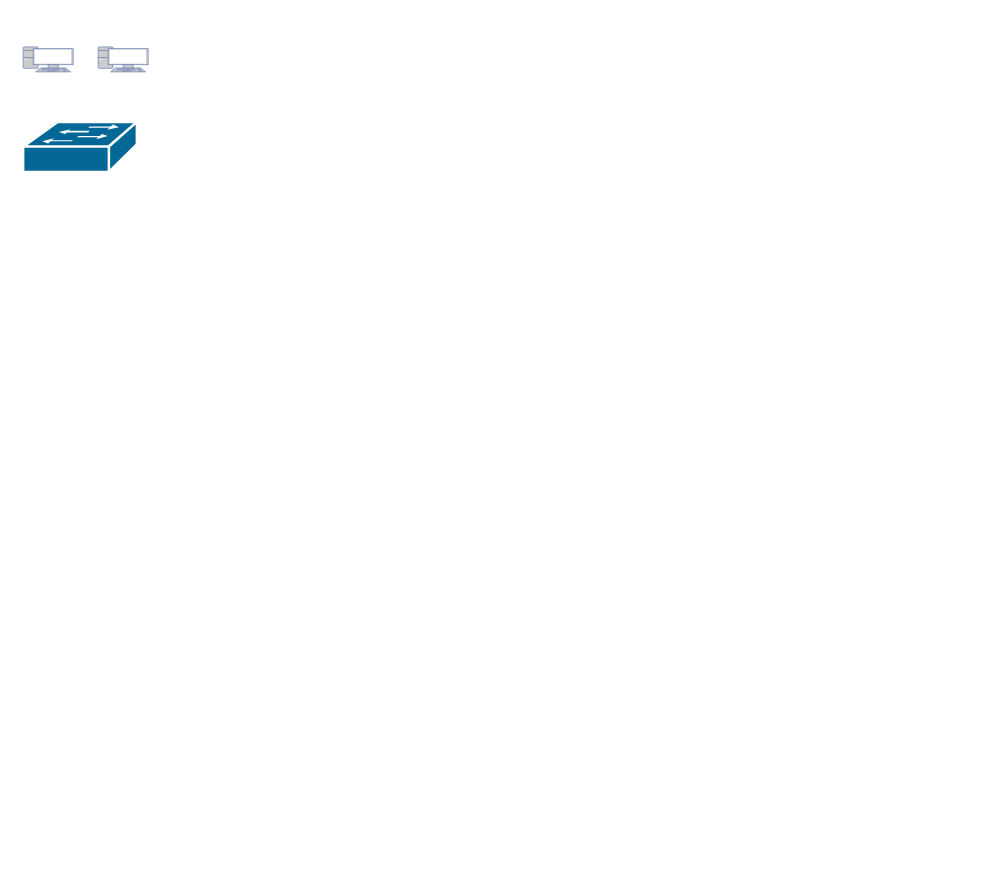
Earlier version of the draw.io diagram Images/VLANS.drawio (azul-007/Networking-Concepts). Source tidied: cells renumbered, new cells numbered last; positions are measured from the earlier drawing's top-left corner, leaving out a move shared by most shapes. Both pictures are drawn from the tidied source at 125%, with x=0, y=0 at pixel (22, 46).
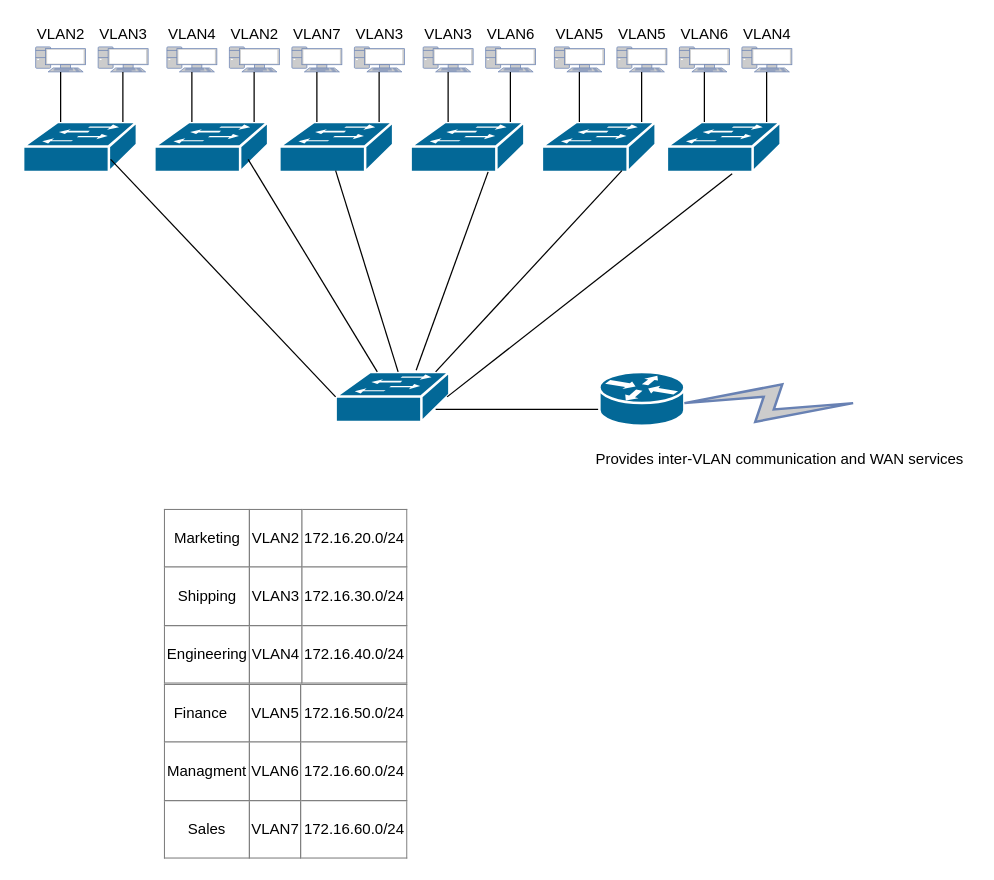
The same diagram, later.

The edit, as a diff of the source:
```diff
@@
     <mxCell id="3" style="fontColor=#0066CC;verticalAlign=top;verticalLabelPosition=bottom;labelPosition=center;align=center;html=1;fillColor=#CCCCCC;strokeColor=#6881B3;gradientColor=none;gradientDirection=north;strokeWidth=2;shape=mxgraph.networks.pc;" parent="1" vertex="1">
-      <mxGeometry width="40" height="20" as="geometry" />
+      <mxGeometry x="10" width="40" height="20" as="geometry" />
     </mxCell>
@@
+    <mxCell id="5" style="endArrow=none;html=1;" parent="1" edge="1">
+      <mxGeometry relative="1" as="geometry">
+        <mxPoint x="79.8" y="60" as="sourcePoint" />
+        <mxPoint x="79.8" y="20" as="targetPoint" />
+      </mxGeometry>
+    </mxCell>
+    <mxCell id="6" style="endArrow=none;html=1;" parent="1" edge="1">
+      <mxGeometry relative="1" as="geometry">
+        <mxPoint x="30" y="60" as="sourcePoint" />
+        <mxPoint x="30" y="20" as="targetPoint" />
+      </mxGeometry>
+    </mxCell>
+    <mxCell id="7" value="VLAN2" style="text;html=1;align=center;verticalAlign=middle;fillColor=none;strokeColor=none;rounded=0;" parent="1" vertex="1">
+      <mxGeometry x="5" y="-20" width="50" height="20" as="geometry" />
+    </mxCell>
+    <mxCell id="8" value="VLAN3" style="text;html=1;align=center;verticalAlign=middle;fillColor=none;strokeColor=none;rounded=0;" parent="1" vertex="1">
+      <mxGeometry x="55" y="-20" width="50" height="20" as="geometry" />
+    </mxCell>
+    <mxCell id="9" style="shape=mxgraph.cisco.switches.workgroup_switch;html=1;dashed=0;fillColor=#036897;strokeColor=#ffffff;strokeWidth=2;verticalLabelPosition=bottom;verticalAlign=top;align=center;" parent="1" vertex="1">
+      <mxGeometry x="105" y="60" width="91" height="40" as="geometry" />
+    </mxCell>
+    <mxCell id="10" style="fontColor=#0066CC;verticalAlign=top;verticalLabelPosition=bottom;labelPosition=center;align=center;html=1;fillColor=#CCCCCC;strokeColor=#6881B3;gradientColor=none;gradientDirection=north;strokeWidth=2;shape=mxgraph.networks.pc;" parent="1" vertex="1">
+      <mxGeometry x="115" width="40" height="20" as="geometry" />
+    </mxCell>
+    <mxCell id="11" style="fontColor=#0066CC;verticalAlign=top;verticalLabelPosition=bottom;labelPosition=center;align=center;html=1;fillColor=#CCCCCC;strokeColor=#6881B3;gradientColor=none;gradientDirection=north;strokeWidth=2;shape=mxgraph.networks.pc;" parent="1" vertex="1">
+      <mxGeometry x="165" width="40" height="20" as="geometry" />
+    </mxCell>
+    <mxCell id="12" style="endArrow=none;html=1;" parent="1" edge="1">
+      <mxGeometry relative="1" as="geometry">
+        <mxPoint x="184.8" y="60" as="sourcePoint" />
+        <mxPoint x="184.8" y="20" as="targetPoint" />
+      </mxGeometry>
+    </mxCell>
+    <mxCell id="13" style="endArrow=none;html=1;" parent="1" edge="1">
+      <mxGeometry relative="1" as="geometry">
+        <mxPoint x="135" y="60" as="sourcePoint" />
+        <mxPoint x="135" y="20" as="targetPoint" />
+      </mxGeometry>
+    </mxCell>
+    <mxCell id="14" value="VLAN4" style="text;html=1;align=center;verticalAlign=middle;fillColor=none;strokeColor=none;rounded=0;" parent="1" vertex="1">
+      <mxGeometry x="110" y="-20" width="50" height="20" as="geometry" />
+    </mxCell>
+    <mxCell id="15" value="VLAN2" style="text;html=1;align=center;verticalAlign=middle;fillColor=none;strokeColor=none;rounded=0;" parent="1" vertex="1">
+      <mxGeometry x="160" y="-20" width="50" height="20" as="geometry" />
+    </mxCell>
+    <mxCell id="16" style="shape=mxgraph.cisco.switches.workgroup_switch;html=1;dashed=0;fillColor=#036897;strokeColor=#ffffff;strokeWidth=2;verticalLabelPosition=bottom;verticalAlign=top;align=center;" parent="1" vertex="1">
+      <mxGeometry x="205" y="60" width="91" height="40" as="geometry" />
+    </mxCell>
+    <mxCell id="17" style="fontColor=#0066CC;verticalAlign=top;verticalLabelPosition=bottom;labelPosition=center;align=center;html=1;fillColor=#CCCCCC;strokeColor=#6881B3;gradientColor=none;gradientDirection=north;strokeWidth=2;shape=mxgraph.networks.pc;" parent="1" vertex="1">
+      <mxGeometry x="215" width="40" height="20" as="geometry" />
+    </mxCell>
+    <mxCell id="18" style="fontColor=#0066CC;verticalAlign=top;verticalLabelPosition=bottom;labelPosition=center;align=center;html=1;fillColor=#CCCCCC;strokeColor=#6881B3;gradientColor=none;gradientDirection=north;strokeWidth=2;shape=mxgraph.networks.pc;" parent="1" vertex="1">
+      <mxGeometry x="265" width="40" height="20" as="geometry" />
+    </mxCell>
+    <mxCell id="19" style="endArrow=none;html=1;" parent="1" edge="1">
+      <mxGeometry relative="1" as="geometry">
+        <mxPoint x="284.8" y="60" as="sourcePoint" />
+        <mxPoint x="284.8" y="20" as="targetPoint" />
+      </mxGeometry>
+    </mxCell>
+    <mxCell id="20" style="endArrow=none;html=1;" parent="1" edge="1">
+      <mxGeometry relative="1" as="geometry">
+        <mxPoint x="235" y="60" as="sourcePoint" />
+        <mxPoint x="235" y="20" as="targetPoint" />
+      </mxGeometry>
+    </mxCell>
+    <mxCell id="21" value="VLAN7" style="text;html=1;align=center;verticalAlign=middle;fillColor=none;strokeColor=none;rounded=0;" parent="1" vertex="1">
+      <mxGeometry x="210" y="-20" width="50" height="20" as="geometry" />
+    </mxCell>
+    <mxCell id="22" value="VLAN3" style="text;html=1;align=center;verticalAlign=middle;fillColor=none;strokeColor=none;rounded=0;" parent="1" vertex="1">
+      <mxGeometry x="260" y="-20" width="50" height="20" as="geometry" />
+    </mxCell>
+    <mxCell id="23" style="shape=mxgraph.cisco.switches.workgroup_switch;html=1;dashed=0;fillColor=#036897;strokeColor=#ffffff;strokeWidth=2;verticalLabelPosition=bottom;verticalAlign=top;align=center;" parent="1" vertex="1">
+      <mxGeometry x="310" y="60" width="91" height="40" as="geometry" />
+    </mxCell>
+    <mxCell id="24" style="fontColor=#0066CC;verticalAlign=top;verticalLabelPosition=bottom;labelPosition=center;align=center;html=1;fillColor=#CCCCCC;strokeColor=#6881B3;gradientColor=none;gradientDirection=north;strokeWidth=2;shape=mxgraph.networks.pc;" parent="1" vertex="1">
+      <mxGeometry x="320" width="40" height="20" as="geometry" />
+    </mxCell>
+    <mxCell id="25" style="fontColor=#0066CC;verticalAlign=top;verticalLabelPosition=bottom;labelPosition=center;align=center;html=1;fillColor=#CCCCCC;strokeColor=#6881B3;gradientColor=none;gradientDirection=north;strokeWidth=2;shape=mxgraph.networks.pc;" parent="1" vertex="1">
+      <mxGeometry x="370" width="40" height="20" as="geometry" />
+    </mxCell>
+    <mxCell id="26" style="endArrow=none;html=1;" parent="1" edge="1">
+      <mxGeometry relative="1" as="geometry">
+        <mxPoint x="389.8" y="60" as="sourcePoint" />
+        <mxPoint x="389.8" y="20" as="targetPoint" />
+      </mxGeometry>
+    </mxCell>
+    <mxCell id="27" style="endArrow=none;html=1;" parent="1" edge="1">
+      <mxGeometry relative="1" as="geometry">
+        <mxPoint x="340" y="60" as="sourcePoint" />
+        <mxPoint x="340" y="20" as="targetPoint" />
+      </mxGeometry>
+    </mxCell>
+    <mxCell id="28" value="VLAN3" style="text;html=1;align=center;verticalAlign=middle;fillColor=none;strokeColor=none;rounded=0;" parent="1" vertex="1">
+      <mxGeometry x="315" y="-20" width="50" height="20" as="geometry" />
+    </mxCell>
+    <mxCell id="29" value="VLAN6" style="text;html=1;align=center;verticalAlign=middle;fillColor=none;strokeColor=none;rounded=0;" parent="1" vertex="1">
+      <mxGeometry x="365" y="-20" width="50" height="20" as="geometry" />
+    </mxCell>
+    <mxCell id="30" style="shape=mxgraph.cisco.switches.workgroup_switch;html=1;dashed=0;fillColor=#036897;strokeColor=#ffffff;strokeWidth=2;verticalLabelPosition=bottom;verticalAlign=top;align=center;" parent="1" vertex="1">
+      <mxGeometry x="415" y="60" width="91" height="40" as="geometry" />
+    </mxCell>
+    <mxCell id="31" style="fontColor=#0066CC;verticalAlign=top;verticalLabelPosition=bottom;labelPosition=center;align=center;html=1;fillColor=#CCCCCC;strokeColor=#6881B3;gradientColor=none;gradientDirection=north;strokeWidth=2;shape=mxgraph.networks.pc;" parent="1" vertex="1">
+      <mxGeometry x="425" width="40" height="20" as="geometry" />
+    </mxCell>
+    <mxCell id="32" style="fontColor=#0066CC;verticalAlign=top;verticalLabelPosition=bottom;labelPosition=center;align=center;html=1;fillColor=#CCCCCC;strokeColor=#6881B3;gradientColor=none;gradientDirection=north;strokeWidth=2;shape=mxgraph.networks.pc;" parent="1" vertex="1">
+      <mxGeometry x="475" width="40" height="20" as="geometry" />
+    </mxCell>
+    <mxCell id="33" style="endArrow=none;html=1;" parent="1" edge="1">
+      <mxGeometry relative="1" as="geometry">
+        <mxPoint x="494.8" y="60" as="sourcePoint" />
+        <mxPoint x="494.8" y="20" as="targetPoint" />
+      </mxGeometry>
+    </mxCell>
+    <mxCell id="34" style="endArrow=none;html=1;" parent="1" edge="1">
+      <mxGeometry relative="1" as="geometry">
+        <mxPoint x="445" y="60" as="sourcePoint" />
+        <mxPoint x="445" y="20" as="targetPoint" />
+      </mxGeometry>
+    </mxCell>
+    <mxCell id="35" value="VLAN5" style="text;html=1;align=center;verticalAlign=middle;fillColor=none;strokeColor=none;rounded=0;" parent="1" vertex="1">
+      <mxGeometry x="420" y="-20" width="50" height="20" as="geometry" />
+    </mxCell>
+    <mxCell id="36" value="VLAN5" style="text;html=1;align=center;verticalAlign=middle;fillColor=none;strokeColor=none;rounded=0;" parent="1" vertex="1">
+      <mxGeometry x="470" y="-20" width="50" height="20" as="geometry" />
+    </mxCell>
+    <mxCell id="37" style="shape=mxgraph.cisco.switches.workgroup_switch;html=1;dashed=0;fillColor=#036897;strokeColor=#ffffff;strokeWidth=2;verticalLabelPosition=bottom;verticalAlign=top;align=center;outlineConnect=0;" parent="1" vertex="1">
+      <mxGeometry x="515" y="60" width="91" height="40" as="geometry" />
+    </mxCell>
+    <mxCell id="38" style="fontColor=#0066CC;verticalAlign=top;verticalLabelPosition=bottom;labelPosition=center;align=center;html=1;fillColor=#CCCCCC;strokeColor=#6881B3;gradientColor=none;gradientDirection=north;strokeWidth=2;shape=mxgraph.networks.pc;" parent="1" vertex="1">
+      <mxGeometry x="525" width="40" height="20" as="geometry" />
+    </mxCell>
+    <mxCell id="39" style="fontColor=#0066CC;verticalAlign=top;verticalLabelPosition=bottom;labelPosition=center;align=center;html=1;fillColor=#CCCCCC;strokeColor=#6881B3;gradientColor=none;gradientDirection=north;strokeWidth=2;shape=mxgraph.networks.pc;" parent="1" vertex="1">
+      <mxGeometry x="575" width="40" height="20" as="geometry" />
+    </mxCell>
+    <mxCell id="40" style="endArrow=none;html=1;" parent="1" edge="1">
+      <mxGeometry relative="1" as="geometry">
+        <mxPoint x="594.8" y="60" as="sourcePoint" />
+        <mxPoint x="594.8" y="20" as="targetPoint" />
+      </mxGeometry>
+    </mxCell>
+    <mxCell id="41" style="endArrow=none;html=1;" parent="1" edge="1">
+      <mxGeometry relative="1" as="geometry">
+        <mxPoint x="545" y="60" as="sourcePoint" />
+        <mxPoint x="545" y="20" as="targetPoint" />
+      </mxGeometry>
+    </mxCell>
+    <mxCell id="42" value="VLAN6" style="text;html=1;align=center;verticalAlign=middle;fillColor=none;strokeColor=none;rounded=0;" parent="1" vertex="1">
+      <mxGeometry x="520" y="-20" width="50" height="20" as="geometry" />
+    </mxCell>
+    <mxCell id="43" value="VLAN4" style="text;html=1;align=center;verticalAlign=middle;fillColor=none;strokeColor=none;rounded=0;" parent="1" vertex="1">
+      <mxGeometry x="570" y="-20" width="50" height="20" as="geometry" />
+    </mxCell>
+    <mxCell id="44" style="shape=mxgraph.cisco.switches.workgroup_switch;html=1;dashed=0;fillColor=#036897;strokeColor=#ffffff;strokeWidth=2;verticalLabelPosition=bottom;verticalAlign=top;align=center;outlineConnect=0;" parent="1" vertex="1">
+      <mxGeometry x="250" y="260" width="91" height="40" as="geometry" />
+    </mxCell>
+    <mxCell id="45" style="shape=mxgraph.cisco.routers.router;html=1;dashed=0;fillColor=#036897;strokeColor=#ffffff;strokeWidth=2;verticalLabelPosition=bottom;verticalAlign=top;align=center;" parent="1" vertex="1">
+      <mxGeometry x="461" y="260" width="68" height="43" as="geometry" />
+    </mxCell>
+    <mxCell id="46" style="endArrow=none;html=1;entryX=0.574;entryY=1.039;entryDx=0;entryDy=0;entryPerimeter=0;exitX=0.98;exitY=0.5;exitDx=0;exitDy=0;exitPerimeter=0;" parent="1" edge="1" source="44" target="37">
+      <mxGeometry relative="1" as="geometry" />
+    </mxCell>
+    <mxCell id="47" style="endArrow=none;html=1;entryX=0;entryY=0.98;entryDx=0;entryDy=0;entryPerimeter=0;" parent="1" edge="1">
+      <mxGeometry relative="1" as="geometry">
+        <mxPoint x="330" y="260" as="sourcePoint" />
+        <mxPoint x="479" y="99" as="targetPoint" />
+      </mxGeometry>
+    </mxCell>
+    <mxCell id="48" style="endArrow=none;html=1;entryX=0;entryY=0.98;entryDx=0;entryDy=0;entryPerimeter=0;exitX=0.708;exitY=-0.033;exitDx=0;exitDy=0;exitPerimeter=0;" parent="1" edge="1" source="44">
+      <mxGeometry relative="1" as="geometry">
+        <mxPoint x="372" y="100" as="targetPoint" />
+      </mxGeometry>
+    </mxCell>
+    <mxCell id="49" style="endArrow=none;html=1;entryX=0;entryY=0.98;entryDx=0;entryDy=0;entryPerimeter=0;" parent="1" edge="1">
+      <mxGeometry relative="1" as="geometry">
+        <mxPoint x="300" y="260" as="sourcePoint" />
+        <mxPoint x="250" y="99" as="targetPoint" />
+      </mxGeometry>
+    </mxCell>
+    <mxCell id="50" style="endArrow=none;html=1;entryX=0;entryY=0.98;entryDx=0;entryDy=0;entryPerimeter=0;" parent="1" edge="1" source="44">
+      <mxGeometry relative="1" as="geometry">
+        <mxPoint x="180" y="90" as="targetPoint" />
+      </mxGeometry>
+    </mxCell>
+    <mxCell id="51" style="endArrow=none;html=1;entryX=0;entryY=0.98;entryDx=0;entryDy=0;entryPerimeter=0;exitX=0;exitY=0.5;exitDx=0;exitDy=0;exitPerimeter=0;" parent="1" edge="1" source="44">
+      <mxGeometry relative="1" as="geometry">
+        <mxPoint x="70" y="90" as="targetPoint" />
+      </mxGeometry>
+    </mxCell>
+    <mxCell id="52" style="endArrow=none;html=1;" parent="1" edge="1">
+      <mxGeometry relative="1" as="geometry">
+        <mxPoint x="460" y="290" as="sourcePoint" />
+        <mxPoint x="330" y="290" as="targetPoint" />
+      </mxGeometry>
+    </mxCell>
+    <mxCell id="53" style="fontColor=#0066CC;verticalAlign=top;verticalLabelPosition=bottom;labelPosition=center;align=center;html=1;fillColor=#CCCCCC;strokeColor=#6881B3;gradientColor=none;gradientDirection=north;strokeWidth=2;shape=mxgraph.networks.comm_link;direction=south;" parent="1" vertex="1">
+      <mxGeometry x="529" y="270" width="135" height="30" as="geometry" />
+    </mxCell>
+    <mxCell id="54" value="Provides inter-VLAN communication and WAN services" style="text;html=1;align=center;verticalAlign=middle;fillColor=none;strokeColor=none;rounded=0;" parent="1" vertex="1">
+      <mxGeometry x="450" y="320" width="310" height="20" as="geometry" />
+    </mxCell>
+    <mxCell id="55" value="&lt;table border=&quot;1&quot; width=&quot;100%&quot; style=&quot;width: 100% ; height: 100% ; border-collapse: collapse&quot;&gt;&lt;tbody&gt;&lt;tr&gt;&lt;td align=&quot;center&quot;&gt;Marketing&lt;/td&gt;&lt;td align=&quot;center&quot;&gt;VLAN2&lt;/td&gt;&lt;td align=&quot;center&quot;&gt;172.16.20.0/24&lt;/td&gt;&lt;/tr&gt;&lt;tr&gt;&lt;td align=&quot;center&quot;&gt;Shipping&lt;/td&gt;&lt;td align=&quot;center&quot;&gt;VLAN3&lt;/td&gt;&lt;td align=&quot;center&quot;&gt;172.16.30.0/24&lt;/td&gt;&lt;/tr&gt;&lt;tr&gt;&lt;td align=&quot;center&quot;&gt;Engineering&lt;/td&gt;&lt;td align=&quot;center&quot;&gt;VLAN4&lt;/td&gt;&lt;td align=&quot;center&quot;&gt;172.16.40.0/24&lt;/td&gt;&lt;/tr&gt;&lt;/tbody&gt;&lt;/table&gt;" style="text;html=1;strokeColor=none;fillColor=none;overflow=fill;" parent="1" vertex="1">
+      <mxGeometry x="113" y="370" width="195" height="140" as="geometry" />
+    </mxCell>
+    <mxCell id="56" value="&lt;table border=&quot;1&quot; width=&quot;100%&quot; style=&quot;width: 100% ; height: 100% ; border-collapse: collapse&quot;&gt;&lt;tbody&gt;&lt;tr&gt;&lt;td align=&quot;center&quot;&gt;Finance&amp;nbsp; &amp;nbsp;&lt;/td&gt;&lt;td align=&quot;center&quot;&gt;VLAN5&lt;/td&gt;&lt;td align=&quot;center&quot;&gt;172.16.50.0/24&lt;/td&gt;&lt;/tr&gt;&lt;tr&gt;&lt;td align=&quot;center&quot;&gt;Managment&lt;/td&gt;&lt;td align=&quot;center&quot;&gt;VLAN6&lt;/td&gt;&lt;td align=&quot;center&quot;&gt;172.16.60.0/24&lt;/td&gt;&lt;/tr&gt;&lt;tr&gt;&lt;td align=&quot;center&quot;&gt;Sales&lt;/td&gt;&lt;td align=&quot;center&quot;&gt;VLAN7&lt;/td&gt;&lt;td align=&quot;center&quot;&gt;172.16.60.0/24&lt;/td&gt;&lt;/tr&gt;&lt;/tbody&gt;&lt;/table&gt;" style="text;html=1;strokeColor=none;fillColor=none;overflow=fill;" parent="1" vertex="1">
+      <mxGeometry x="113" y="510" width="195" height="140" as="geometry" />
+    </mxCell>
```
